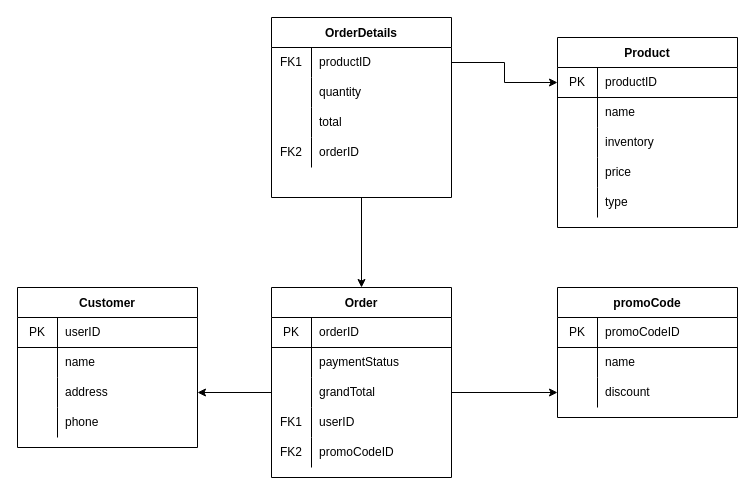
Earlier version of the draw.io diagram Untitled Diagram.drawio (srgreene123/Web_Programming_Term_Project). Source tidied: cells renumbered, new cells numbered last; positions are measured from the earlier drawing's top-left corner, leaving out a move shared by most shapes. Both pictures are drawn from the tidied source at 100%, with x=0, y=0 at pixel (17, 17).
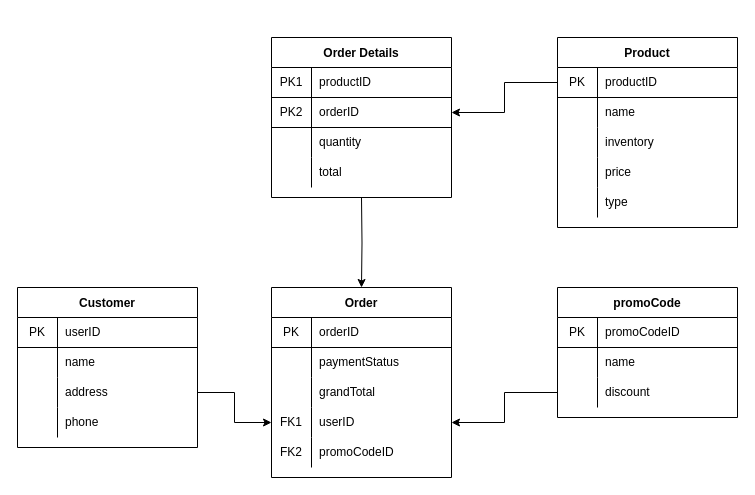
The same diagram, later.

Commit message:
Update Relational Schema Diagram.drawio

The change refers to these unchanged cells:
```xml
<mxCell id="3" style="shape=partialRectangle;html=1;whiteSpace=wrap;fillColor=none;top=0;left=0;bottom=1;right=0;points=[[0,0.5],[1,0.5]];portConstraint=eastwest;" parent="2" vertex="1">
  <mxGeometry y="30" width="180" height="30" as="geometry" />
</mxCell>
<mxCell id="32" value="Order" style="shape=table;startSize=30;childLayout=tableLayout;rowLines=0;fontStyle=1;align=center;" parent="1" vertex="1">
  <mxGeometry x="254" y="270" width="180" height="190" as="geometry" />
</mxCell>
<mxCell id="39" style="shape=partialRectangle;html=1;whiteSpace=wrap;fillColor=none;top=0;left=0;bottom=0;right=0;points=[[0,0.5],[1,0.5]];portConstraint=eastwest;" parent="32" vertex="1">
  <mxGeometry y="90" width="180" height="30" as="geometry" />
</mxCell>
<mxCell id="42" style="shape=partialRectangle;html=1;whiteSpace=wrap;fillColor=none;top=0;left=0;bottom=0;right=0;points=[[0,0.5],[1,0.5]];portConstraint=eastwest;" parent="32" vertex="1">
  <mxGeometry y="120" width="180" height="30" as="geometry" />
</mxCell>
<mxCell id="56" style="shape=partialRectangle;html=1;whiteSpace=wrap;fillColor=none;top=0;left=0;bottom=0;right=0;points=[[0,0.5],[1,0.5]];portConstraint=eastwest;" parent="49" vertex="1">
  <mxGeometry y="90" width="180" height="30" as="geometry" />
</mxCell>
<mxCell id="70" style="shape=partialRectangle;html=1;whiteSpace=wrap;fillColor=none;top=0;left=0;bottom=0;right=0;points=[[0,0.5],[1,0.5]];portConstraint=eastwest;" parent="63" vertex="1">
  <mxGeometry y="90" width="180" height="30" as="geometry" />
</mxCell>
```

The edit, as a diff of the source:
```diff
@@
-    <mxCell id="18" style="edgeStyle=orthogonalEdgeStyle;rounded=0;jettySize=auto;html=1;entryX=0.5;entryY=0;entryDx=0;entryDy=0;" parent="1" edge="1" source="19" target="32">
-      <mxGeometry relative="1" as="geometry" />
+    <mxCell id="18" style="edgeStyle=orthogonalEdgeStyle;rounded=0;jettySize=auto;html=1;entryX=0.5;entryY=0;entryDx=0;entryDy=0;" parent="1" edge="1" target="32">
+      <mxGeometry relative="1" as="geometry">
+        <mxPoint x="344" y="180" as="sourcePoint" />
+      </mxGeometry>
     </mxCell>
-    <mxCell id="19" value="OrderDetails" style="shape=table;startSize=30;childLayout=tableLayout;rowLines=0;fontStyle=1;align=center;" parent="1" vertex="1">
-      <mxGeometry x="254" width="180" height="180" as="geometry" />
-    </mxCell>
-    <mxCell id="20" style="shape=partialRectangle;html=1;whiteSpace=wrap;fillColor=none;top=0;left=0;bottom=0;right=0;points=[[0,0.5],[1,0.5]];portConstraint=eastwest;" parent="19" vertex="1">
-      <mxGeometry y="30" width="180" height="30" as="geometry" />
-    </mxCell>
-    <mxCell id="21" value="FK1" style="shape=partialRectangle;html=1;whiteSpace=wrap;fillColor=none;top=0;left=0;bottom=0;right=0;overflow=hidden;" parent="20" vertex="1">
-      <mxGeometry width="40" height="30" as="geometry" />
-    </mxCell>
-    <mxCell id="22" value="productID" style="shape=partialRectangle;html=1;whiteSpace=wrap;fillColor=none;top=0;left=0;bottom=0;right=0;align=left;spacingLeft=6;overflow=hidden;" parent="20" vertex="1">
-      <mxGeometry x="40" width="140" height="30" as="geometry" />
-    </mxCell>
-    <mxCell id="23" style="shape=partialRectangle;html=1;whiteSpace=wrap;fillColor=none;top=0;left=0;bottom=0;right=0;" parent="19" vertex="1">
-      <mxGeometry y="60" width="180" height="30" as="geometry" />
-    </mxCell>
-    <mxCell id="24" style="shape=partialRectangle;html=1;whiteSpace=wrap;fillColor=none;top=0;left=0;bottom=0;right=0;overflow=hidden;" parent="23" vertex="1">
-      <mxGeometry width="40" height="30" as="geometry" />
-    </mxCell>
-    <mxCell id="25" value="quantity" style="shape=partialRectangle;html=1;whiteSpace=wrap;fillColor=none;top=0;left=0;bottom=0;right=0;align=left;spacingLeft=6;overflow=hidden;" parent="23" vertex="1">
-      <mxGeometry x="40" width="140" height="30" as="geometry" />
-    </mxCell>
-    <mxCell id="26" style="shape=partialRectangle;html=1;whiteSpace=wrap;fillColor=none;top=0;left=0;bottom=0;right=0;" parent="19" vertex="1">
-      <mxGeometry y="90" width="180" height="30" as="geometry" />
-    </mxCell>
-    <mxCell id="27" style="shape=partialRectangle;html=1;whiteSpace=wrap;fillColor=none;top=0;left=0;bottom=0;right=0;overflow=hidden;" parent="26" vertex="1">
-      <mxGeometry width="40" height="30" as="geometry" />
-    </mxCell>
-    <mxCell id="28" value="total" style="shape=partialRectangle;html=1;whiteSpace=wrap;fillColor=none;top=0;left=0;bottom=0;right=0;align=left;spacingLeft=6;overflow=hidden;" parent="26" vertex="1">
-      <mxGeometry x="40" width="140" height="30" as="geometry" />
-    </mxCell>
-    <mxCell id="29" style="shape=partialRectangle;html=1;whiteSpace=wrap;fillColor=none;top=0;left=0;bottom=0;right=0;" parent="19" vertex="1">
-      <mxGeometry y="120" width="180" height="30" as="geometry" />
-    </mxCell>
-    <mxCell id="30" value="FK2" style="shape=partialRectangle;html=1;whiteSpace=wrap;fillColor=none;top=0;left=0;bottom=0;right=0;overflow=hidden;" parent="29" vertex="1">
-      <mxGeometry width="40" height="30" as="geometry" />
-    </mxCell>
-    <mxCell id="31" value="orderID" style="shape=partialRectangle;html=1;whiteSpace=wrap;fillColor=none;top=0;left=0;bottom=0;right=0;align=left;spacingLeft=6;overflow=hidden;" parent="29" vertex="1">
-      <mxGeometry x="40" width="140" height="30" as="geometry" />
-    </mxCell>
@@
-    <mxCell id="48" style="edgeStyle=orthogonalEdgeStyle;rounded=0;jettySize=auto;html=1;exitX=1;exitY=0.5;exitDx=0;exitDy=0;entryX=0;entryY=0.5;entryDx=0;entryDy=0;" parent="1" edge="1" source="20" target="3">
-      <mxGeometry relative="1" as="geometry" />
-    </mxCell>
@@
-    <mxCell id="62" style="edgeStyle=orthogonalEdgeStyle;rounded=0;jettySize=auto;html=1;exitX=0;exitY=0.5;exitDx=0;exitDy=0;entryX=1;entryY=0.5;entryDx=0;entryDy=0;" parent="1" edge="1" source="39" target="56">
-      <mxGeometry relative="1" as="geometry" />
-    </mxCell>
@@
-    <mxCell id="73" style="edgeStyle=orthogonalEdgeStyle;rounded=0;jettySize=auto;html=1;exitX=1;exitY=0.5;exitDx=0;exitDy=0;entryX=0;entryY=0.5;entryDx=0;entryDy=0;" parent="1" edge="1" source="39" target="70">
-      <mxGeometry relative="1" as="geometry" />
-    </mxCell>
+    <mxCell id="74" value="Order Details" style="shape=table;startSize=30;childLayout=tableLayout;rowLines=0;fontStyle=1;align=center;" parent="1" vertex="1">
+      <mxGeometry x="254" y="20" width="180" height="160" as="geometry" />
+    </mxCell>
+    <mxCell id="75" style="shape=partialRectangle;html=1;whiteSpace=wrap;fillColor=none;top=0;left=0;bottom=1;right=0;" parent="74" vertex="1">
+      <mxGeometry y="30" width="180" height="30" as="geometry" />
+    </mxCell>
+    <mxCell id="76" value="PK1" style="shape=partialRectangle;html=1;whiteSpace=wrap;fillColor=none;top=0;left=0;bottom=0;right=0;overflow=hidden;" parent="75" vertex="1">
+      <mxGeometry width="40" height="30" as="geometry" />
+    </mxCell>
+    <mxCell id="22" value="productID" style="shape=partialRectangle;html=1;whiteSpace=wrap;fillColor=none;top=0;left=0;bottom=0;right=0;align=left;spacingLeft=6;overflow=hidden;" parent="75" vertex="1">
+      <mxGeometry x="40" width="140" height="30" as="geometry" />
+    </mxCell>
+    <mxCell id="77" style="shape=partialRectangle;html=1;whiteSpace=wrap;fillColor=none;top=0;left=0;bottom=1;right=0;points=[[0,0.5],[1,0.5]];portConstraint=eastwest;" parent="74" vertex="1">
+      <mxGeometry y="60" width="180" height="30" as="geometry" />
+    </mxCell>
+    <mxCell id="78" value="PK2" style="shape=partialRectangle;html=1;whiteSpace=wrap;fillColor=none;top=0;left=0;bottom=0;right=0;overflow=hidden;" parent="77" vertex="1">
+      <mxGeometry width="40" height="30" as="geometry" />
+    </mxCell>
+    <mxCell id="31" value="orderID" style="shape=partialRectangle;html=1;whiteSpace=wrap;fillColor=none;top=0;left=0;bottom=0;right=0;align=left;spacingLeft=6;overflow=hidden;" parent="77" vertex="1">
+      <mxGeometry x="40" width="140" height="30" as="geometry" />
+    </mxCell>
+    <mxCell id="26" style="shape=partialRectangle;html=1;whiteSpace=wrap;fillColor=none;top=0;left=0;bottom=0;right=0;" parent="74" vertex="1">
+      <mxGeometry y="90" width="180" height="30" as="geometry" />
+    </mxCell>
+    <mxCell id="79" style="shape=partialRectangle;html=1;whiteSpace=wrap;fillColor=none;top=0;left=0;bottom=0;right=0;overflow=hidden;" parent="26" vertex="1">
+      <mxGeometry width="40" height="30" as="geometry" />
+    </mxCell>
+    <mxCell id="25" value="quantity" style="shape=partialRectangle;html=1;whiteSpace=wrap;fillColor=none;top=0;left=0;bottom=0;right=0;align=left;spacingLeft=6;overflow=hidden;" parent="26" vertex="1">
+      <mxGeometry x="40" width="140" height="30" as="geometry" />
+    </mxCell>
+    <mxCell id="29" style="shape=partialRectangle;html=1;whiteSpace=wrap;fillColor=none;top=0;left=0;bottom=0;right=0;" parent="74" vertex="1">
+      <mxGeometry y="120" width="180" height="30" as="geometry" />
+    </mxCell>
+    <mxCell id="80" style="shape=partialRectangle;html=1;whiteSpace=wrap;fillColor=none;top=0;left=0;bottom=0;right=0;overflow=hidden;" parent="29" vertex="1">
+      <mxGeometry width="40" height="30" as="geometry" />
+    </mxCell>
+    <mxCell id="28" value="total" style="shape=partialRectangle;html=1;whiteSpace=wrap;fillColor=none;top=0;left=0;bottom=0;right=0;align=left;spacingLeft=6;overflow=hidden;" parent="29" vertex="1">
+      <mxGeometry x="40" width="140" height="30" as="geometry" />
+    </mxCell>
+    <mxCell id="81" style="edgeStyle=orthogonalEdgeStyle;rounded=0;jettySize=auto;html=1;" parent="1" edge="1" source="3" target="77">
+      <mxGeometry relative="1" as="geometry" />
+    </mxCell>
+    <mxCell id="82" style="edgeStyle=orthogonalEdgeStyle;rounded=0;jettySize=auto;html=1;" parent="1" edge="1" source="70" target="42">
+      <mxGeometry relative="1" as="geometry" />
+    </mxCell>
+    <mxCell id="83" style="edgeStyle=orthogonalEdgeStyle;rounded=0;jettySize=auto;html=1;" parent="1" edge="1" source="56" target="42">
+      <mxGeometry relative="1" as="geometry" />
+    </mxCell>
```
